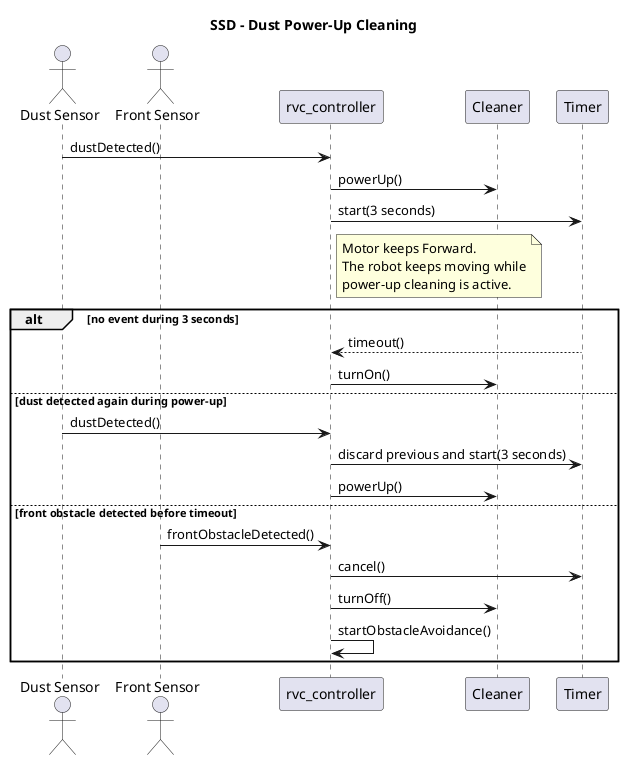
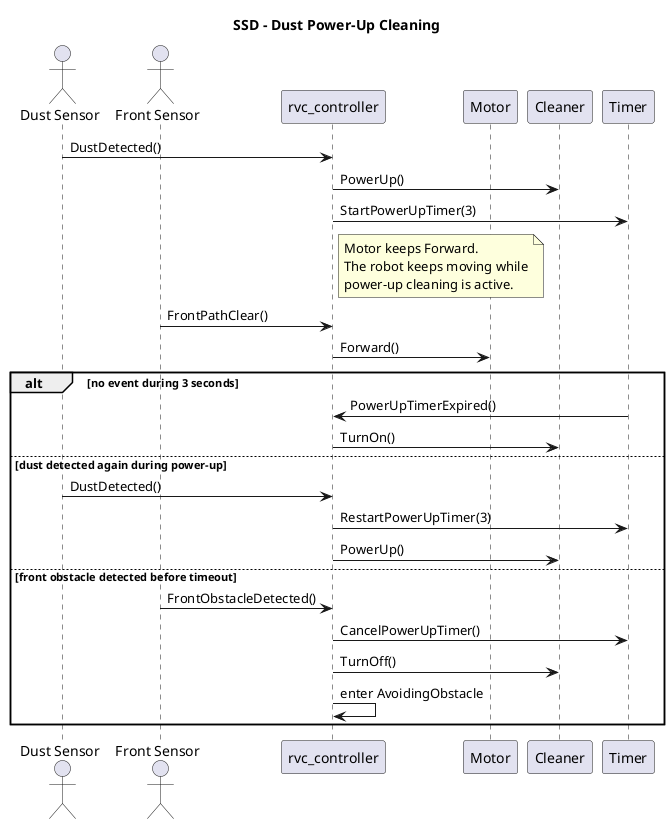
@startuml
title SSD - Dust Power-Up Cleaning

actor "Dust Sensor" as DustSensor
actor "Front Sensor" as FrontSensor
participant "rvc_controller" as Controller
+ participant Motor
participant Cleaner
participant Timer

- DustSensor -> Controller: dustDetected()
- Controller -> Cleaner: powerUp()
- Controller -> Timer: start(3 seconds)
+ DustSensor -> Controller: DustDetected()
+ Controller -> Cleaner: PowerUp()
+ Controller -> Timer: StartPowerUpTimer(3)
note right of Controller
  Motor keeps Forward.
  The robot keeps moving while
  power-up cleaning is active.
end note

+ FrontSensor -> Controller: FrontPathClear()
+ Controller -> Motor: Forward()
+ 
alt no event during 3 seconds
-   Timer --> Controller: timeout()
-   Controller -> Cleaner: turnOn()
+   Timer -> Controller: PowerUpTimerExpired()
+   Controller -> Cleaner: TurnOn()
else dust detected again during power-up
-   DustSensor -> Controller: dustDetected()
-   Controller -> Timer: discard previous and start(3 seconds)
-   Controller -> Cleaner: powerUp()
+   DustSensor -> Controller: DustDetected()
+   Controller -> Timer: RestartPowerUpTimer(3)
+   Controller -> Cleaner: PowerUp()
else front obstacle detected before timeout
-   FrontSensor -> Controller: frontObstacleDetected()
-   Controller -> Timer: cancel()
-   Controller -> Cleaner: turnOff()
-   Controller -> Controller: startObstacleAvoidance()
+   FrontSensor -> Controller: FrontObstacleDetected()
+   Controller -> Timer: CancelPowerUpTimer()
+   Controller -> Cleaner: TurnOff()
+   Controller -> Controller: enter AvoidingObstacle
end
@enduml
